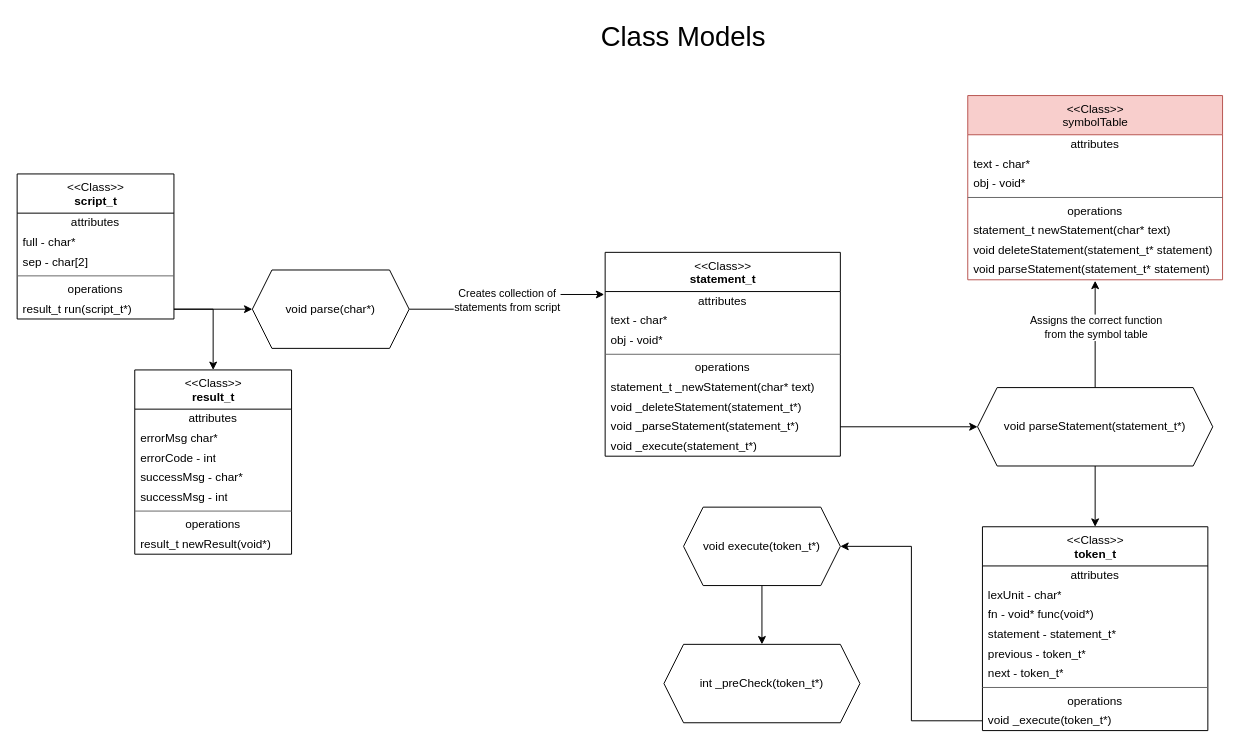
Earlier version of the draw.io diagram docs/Diagrams.drawio (garrettlove8/dsl-builder). Source tidied: cells renumbered, new cells numbered last; positions are measured from the earlier drawing's top-left corner, leaving out a move shared by most shapes. Both pictures are drawn from the tidied source at 98%, with x=0, y=0 at pixel (17, 17).
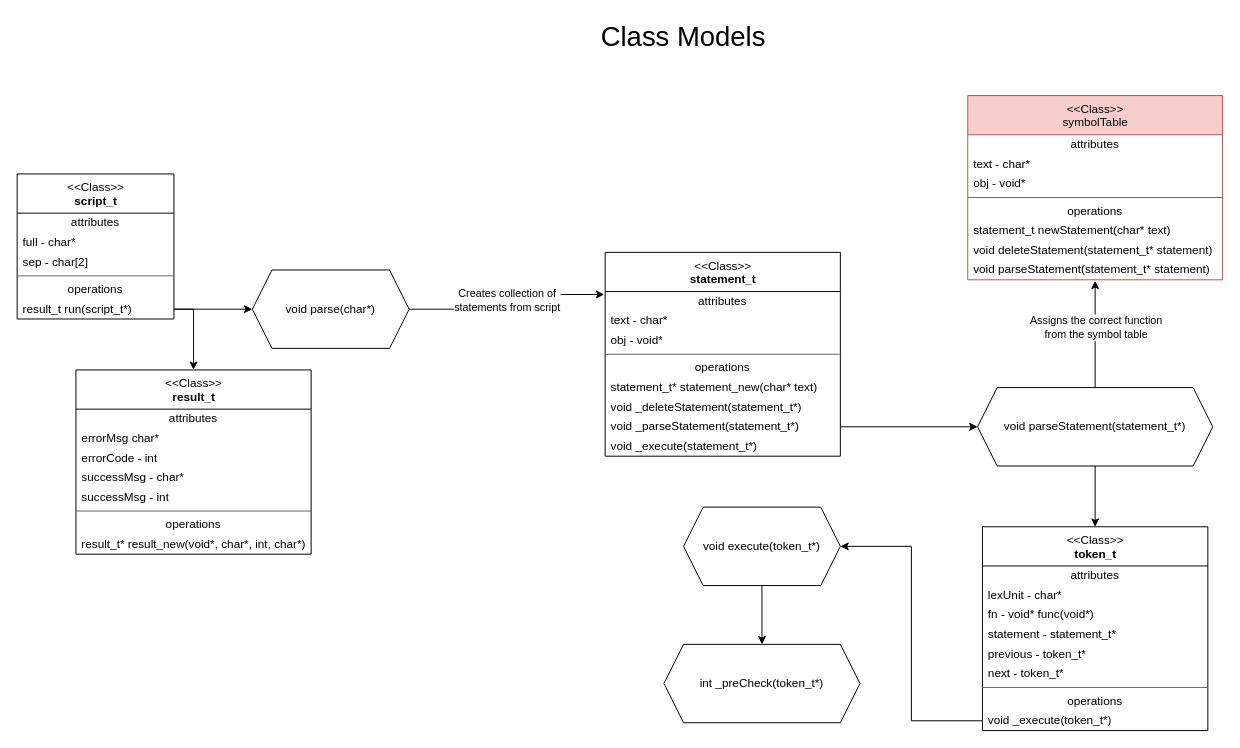
The same page after the edit.

The change refers to these unchanged cells:
```xml
<mxCell id="14" value="&amp;lt;&amp;lt;Class&amp;gt;&amp;gt;&lt;br&gt;&lt;b&gt;statement_t&lt;/b&gt;" style="swimlane;fontStyle=0;align=center;verticalAlign=top;horizontal=1;startSize=40;html=1;" parent="1" vertex="1">
  <mxGeometry x="600" y="240" width="240" height="208" as="geometry" />
</mxCell>
```

Diff of the diagram source:
```diff
@@
-    <mxCell id="20" value="statement_t _newStatement(char* text)" style="text;html=1;strokeColor=none;fillColor=none;align=left;verticalAlign=middle;spacingLeft=4;spacingRight=4;overflow=hidden;" parent="14" vertex="1">
+    <mxCell id="20" value="statement_t* statement_new(char* text)" style="text;html=1;strokeColor=none;fillColor=none;align=left;verticalAlign=middle;spacingLeft=4;spacingRight=4;overflow=hidden;" parent="14" vertex="1">
       <mxGeometry y="128" width="240" height="20" as="geometry" />
     </mxCell>
@@
     <mxCell id="48" value="&amp;lt;&amp;lt;Class&amp;gt;&amp;gt;&lt;br&gt;&lt;b&gt;result_t&lt;/b&gt;" style="swimlane;fontStyle=0;align=center;verticalAlign=top;horizontal=1;startSize=40;html=1;" parent="1" vertex="1">
-      <mxGeometry x="120" y="360" width="160" height="188" as="geometry" />
+      <mxGeometry x="60" y="360" width="240" height="188" as="geometry" />
     </mxCell>
     <mxCell id="49" value="attributes" style="text;html=1;align=center;verticalAlign=middle;spacingLeft=4;spacingRight=4;overflow=hidden;labelBorderColor=none;" parent="48" vertex="1">
-      <mxGeometry y="40" width="160" height="20" as="geometry" />
+      <mxGeometry y="40" width="240" height="20" as="geometry" />
     </mxCell>
     <mxCell id="50" value="errorMsg char*" style="text;html=1;strokeColor=none;fillColor=none;align=left;verticalAlign=middle;spacingLeft=4;spacingRight=4;overflow=hidden;" parent="48" vertex="1">
-      <mxGeometry y="60" width="160" height="20" as="geometry" />
+      <mxGeometry y="60" width="240" height="20" as="geometry" />
     </mxCell>
     <mxCell id="51" value="errorCode - int" style="text;html=1;strokeColor=none;fillColor=none;align=left;verticalAlign=middle;spacingLeft=4;spacingRight=4;overflow=hidden;" parent="48" vertex="1">
-      <mxGeometry y="80" width="160" height="20" as="geometry" />
+      <mxGeometry y="80" width="240" height="20" as="geometry" />
     </mxCell>
     <mxCell id="52" value="successMsg - char*" style="text;html=1;strokeColor=none;fillColor=none;align=left;verticalAlign=middle;spacingLeft=4;spacingRight=4;overflow=hidden;" parent="48" vertex="1">
-      <mxGeometry y="100" width="160" height="20" as="geometry" />
+      <mxGeometry y="100" width="240" height="20" as="geometry" />
     </mxCell>
     <mxCell id="53" value="successMsg - int" style="text;html=1;strokeColor=none;fillColor=none;align=left;verticalAlign=middle;spacingLeft=4;spacingRight=4;overflow=hidden;" parent="48" vertex="1">
-      <mxGeometry y="120" width="160" height="20" as="geometry" />
+      <mxGeometry y="120" width="240" height="20" as="geometry" />
     </mxCell>
     <mxCell id="54" style="line;strokeWidth=1;fillColor=#f5f5f5;align=left;verticalAlign=middle;spacingTop=-1;spacingLeft=3;spacingRight=3;labelPosition=right;strokeColor=#666666;fontColor=#333333;" parent="48" vertex="1">
-      <mxGeometry y="140" width="160" height="8" as="geometry" />
+      <mxGeometry y="140" width="240" height="8" as="geometry" />
     </mxCell>
     <mxCell id="55" value="operations" style="text;html=1;strokeColor=none;fillColor=none;align=center;verticalAlign=middle;spacingLeft=4;spacingRight=4;overflow=hidden;" parent="48" vertex="1">
-      <mxGeometry y="148" width="160" height="20" as="geometry" />
+      <mxGeometry y="148" width="240" height="20" as="geometry" />
     </mxCell>
-    <mxCell id="56" value="result_t newResult(void*)" style="text;html=1;strokeColor=none;fillColor=none;align=left;verticalAlign=middle;spacingLeft=4;spacingRight=4;overflow=hidden;" parent="48" vertex="1">
-      <mxGeometry y="168" width="160" height="20" as="geometry" />
+    <mxCell id="56" value="result_t* result_new(void*, char*, int, char*)" style="text;html=1;strokeColor=none;fillColor=none;align=left;verticalAlign=middle;spacingLeft=4;spacingRight=4;overflow=hidden;" parent="48" vertex="1">
+      <mxGeometry y="168" width="240" height="20" as="geometry" />
     </mxCell>
```
